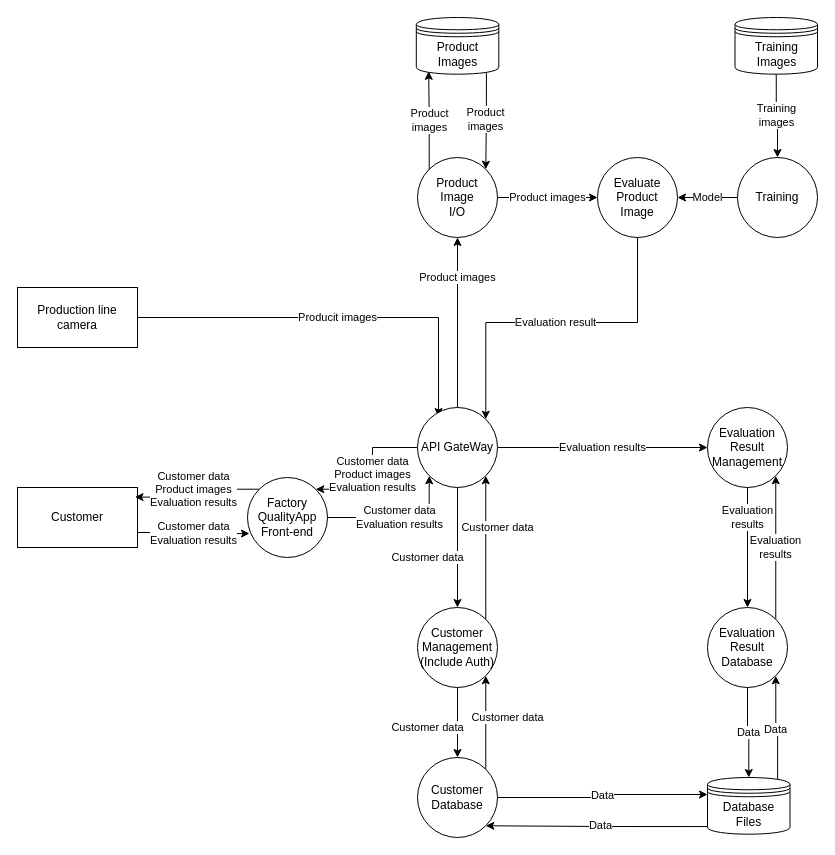
JNSA-AISecurityWG/Evaluation-of-AI-Threat-Modeling-Techniques keeps this draw.io diagram as model/FactoryQualityApp_DFD.drawio. Above is the earlier version. Source tidied: cells renumbered, new cells numbered last; positions are measured from the earlier drawing's top-left corner, leaving out a move shared by most shapes. Both pictures are drawn from the tidied source at 100%, with x=0, y=0 at pixel (17, 17).
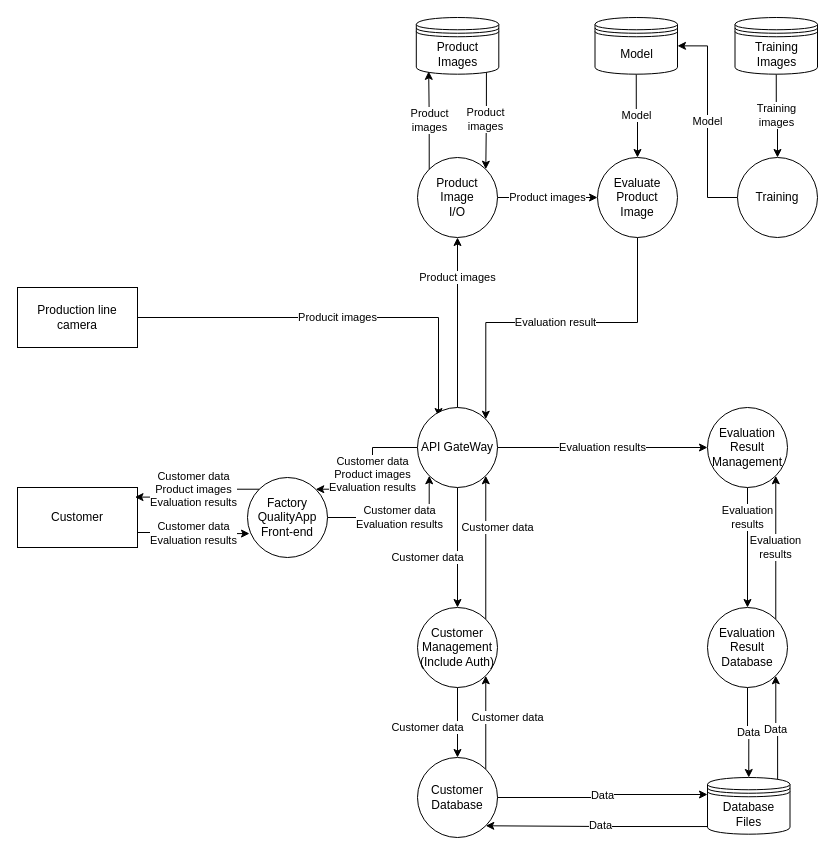
The same diagram, later.

Unchanged cells that the change refers to:
```xml
<mxCell id="32" value="Evaluate&lt;br&gt;Product&lt;br&gt;Image" style="ellipse;whiteSpace=wrap;html=1;" parent="1" vertex="1">
  <mxGeometry x="580" y="140" width="80" height="80" as="geometry" />
</mxCell>
<mxCell id="39" value="Training" style="ellipse;whiteSpace=wrap;html=1;" parent="1" vertex="1">
  <mxGeometry x="720" y="140" width="80" height="80" as="geometry" />
</mxCell>
```

Diff of the diagram source:
```diff
@@
-    <mxCell id="38" value="Model" style="edgeStyle=orthogonalEdgeStyle;rounded=0;jettySize=auto;html=1;exitX=0;exitY=0.5;exitDx=0;exitDy=0;entryX=1;entryY=0.5;entryDx=0;entryDy=0;" parent="1" edge="1" source="39" target="32">
+    <mxCell id="38" value="Model" style="edgeStyle=orthogonalEdgeStyle;rounded=0;jettySize=auto;html=1;exitX=0;exitY=0.5;exitDx=0;exitDy=0;entryX=1;entryY=0.5;entryDx=0;entryDy=0;" parent="1" edge="1" source="39" target="41">
       <mxGeometry relative="1" as="geometry" />
     </mxCell>
@@
+    <mxCell id="40" value="Model" style="edgeStyle=orthogonalEdgeStyle;rounded=0;jettySize=auto;html=1;exitX=0.5;exitY=1;exitDx=0;exitDy=0;entryX=0.5;entryY=0;entryDx=0;entryDy=0;" parent="1" edge="1" source="41" target="32">
+      <mxGeometry relative="1" as="geometry" />
+    </mxCell>
+    <mxCell id="41" value="Model" style="shape=datastore;whiteSpace=wrap;html=1;" parent="1" vertex="1">
+      <mxGeometry x="577.5" width="82.5" height="56.7" as="geometry" />
+    </mxCell>
```
